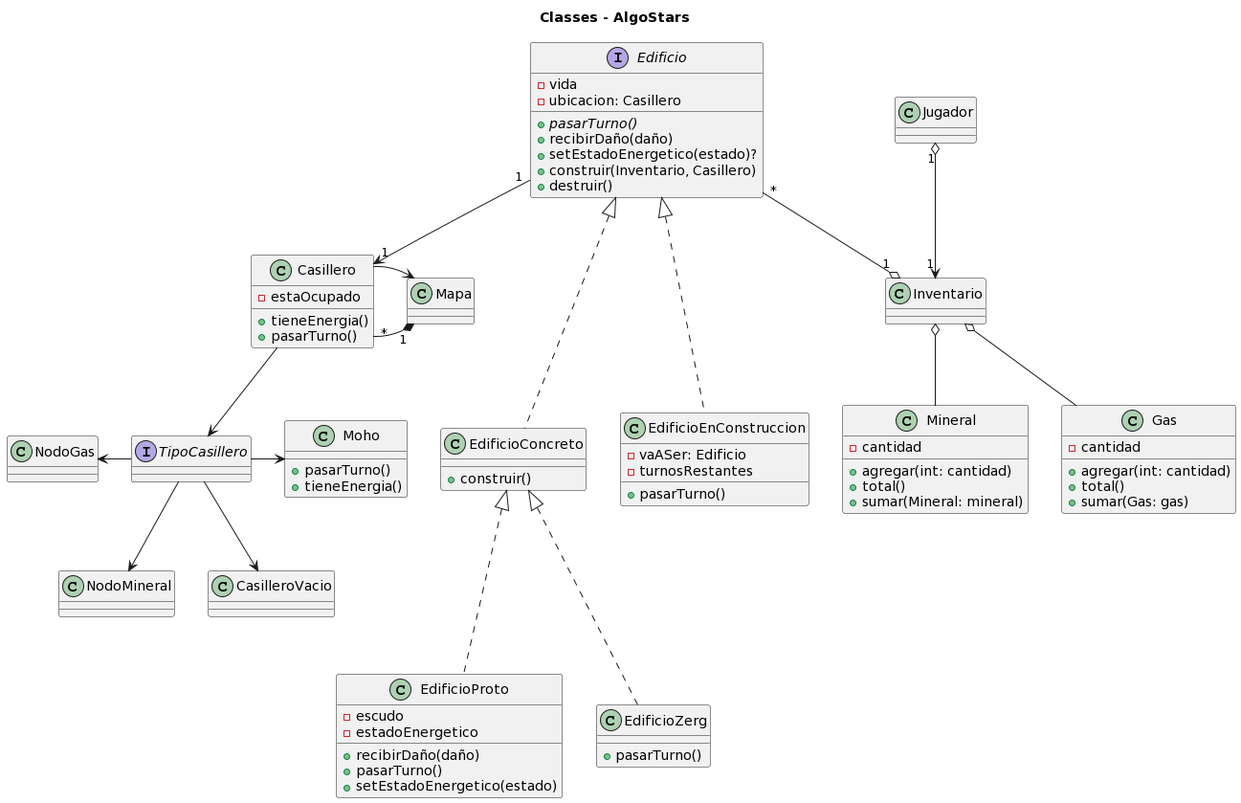
Earlier version of the PlantUML export diagrams/classes/clasesTentativas.png (m-cabrerar/AlgoStar).
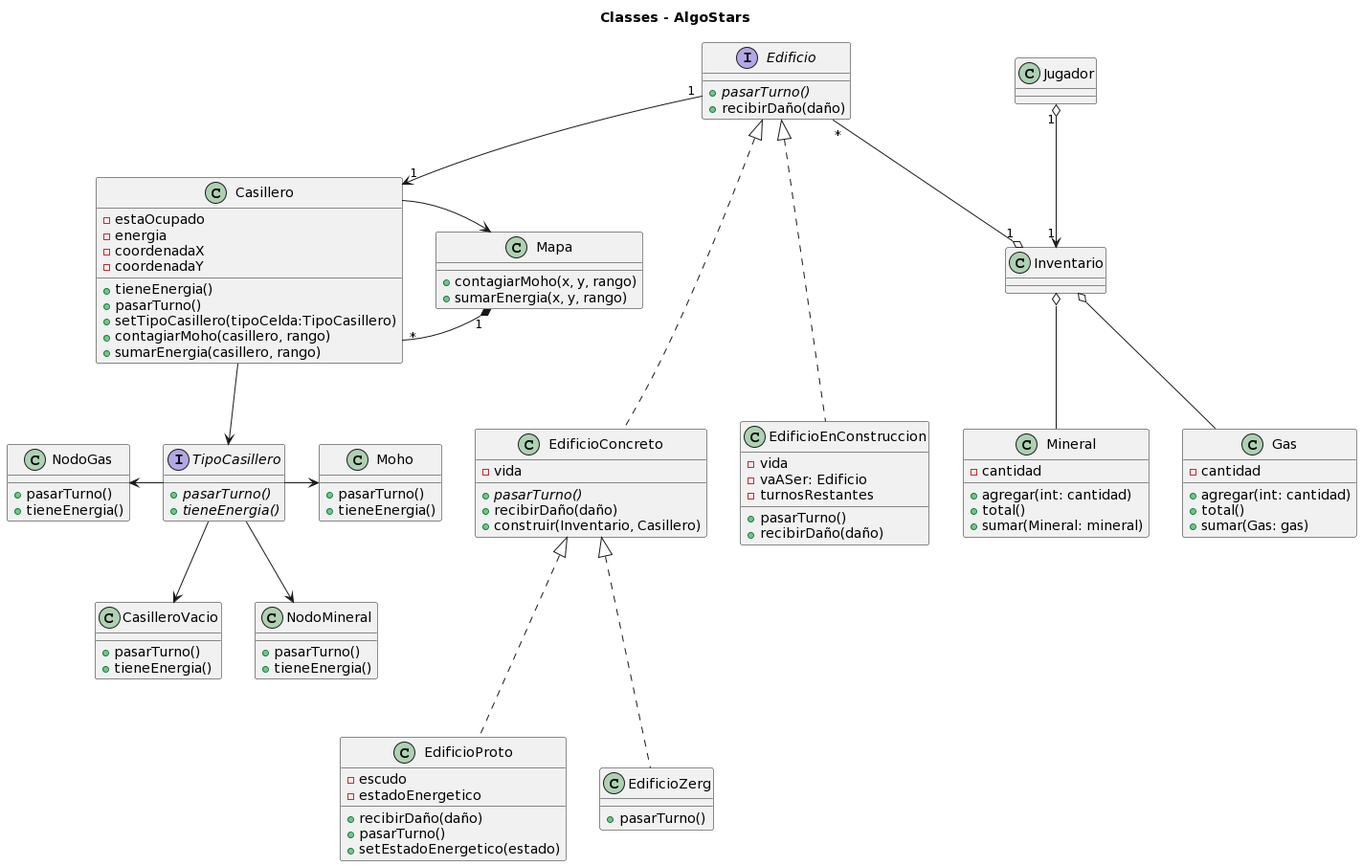
The same diagram one commit later.

Commit message:
update diagramas de clase

Change to the diagram source:
```diff
@@ -5,23 +5,24 @@
 }
 
 interface Edificio {
-    -vida
-    -ubicacion: Casillero
+
     {abstract}+ pasarTurno()
     + recibirDaño(daño)
-    + setEstadoEnergetico(estado)?
-    + construir(Inventario, Casillero)
-    + destruir()
 }
 
 class EdificioConcreto{
-+construir()
+    -vida
+    {abstract}+ pasarTurno()
+    + recibirDaño(daño)
+    + construir(Inventario, Casillero)
 }
 
 class EdificioEnConstruccion {
+    -vida
+    + pasarTurno()
+    + recibirDaño(daño)
     - vaASer: Edificio
     - turnosRestantes
-    + pasarTurno()
 }
 
 class EdificioProto {
@@ -39,7 +40,18 @@
 class Casillero {
     + tieneEnergia()
     + pasarTurno()
+    + setTipoCasillero(tipoCelda:TipoCasillero)
+    + contagiarMoho(casillero, rango)
+    + sumarEnergia(casillero, rango)
     - estaOcupado
+    - energia
+    - coordenadaX
+    - coordenadaY
+}
+
+class Mapa {
+    + contagiarMoho(x, y, rango)
+    + sumarEnergia(x, y, rango)
 }
 
 class Mineral {
@@ -60,11 +72,26 @@
     + pasarTurno()
     + tieneEnergia()
 }
+class CasilleroVacio{
+    + pasarTurno()
+    + tieneEnergia()
+}
+class NodoGas{
+    + pasarTurno()
+    + tieneEnergia()
+}
+class NodoMineral{
+    + pasarTurno()
+    + tieneEnergia()
+}
 
 class Inventario {
 }
 
-interface TipoCasillero{}
+interface TipoCasillero{
+{abstract}+ pasarTurno()
+{abstract}+ tieneEnergia()
+}
 
 
 
@@ -91,5 +118,6 @@
 EdificioConcreto <|... EdificioProto
 
 
+
 Jugador "1" o--> "1" Inventario
 @enduml
```
